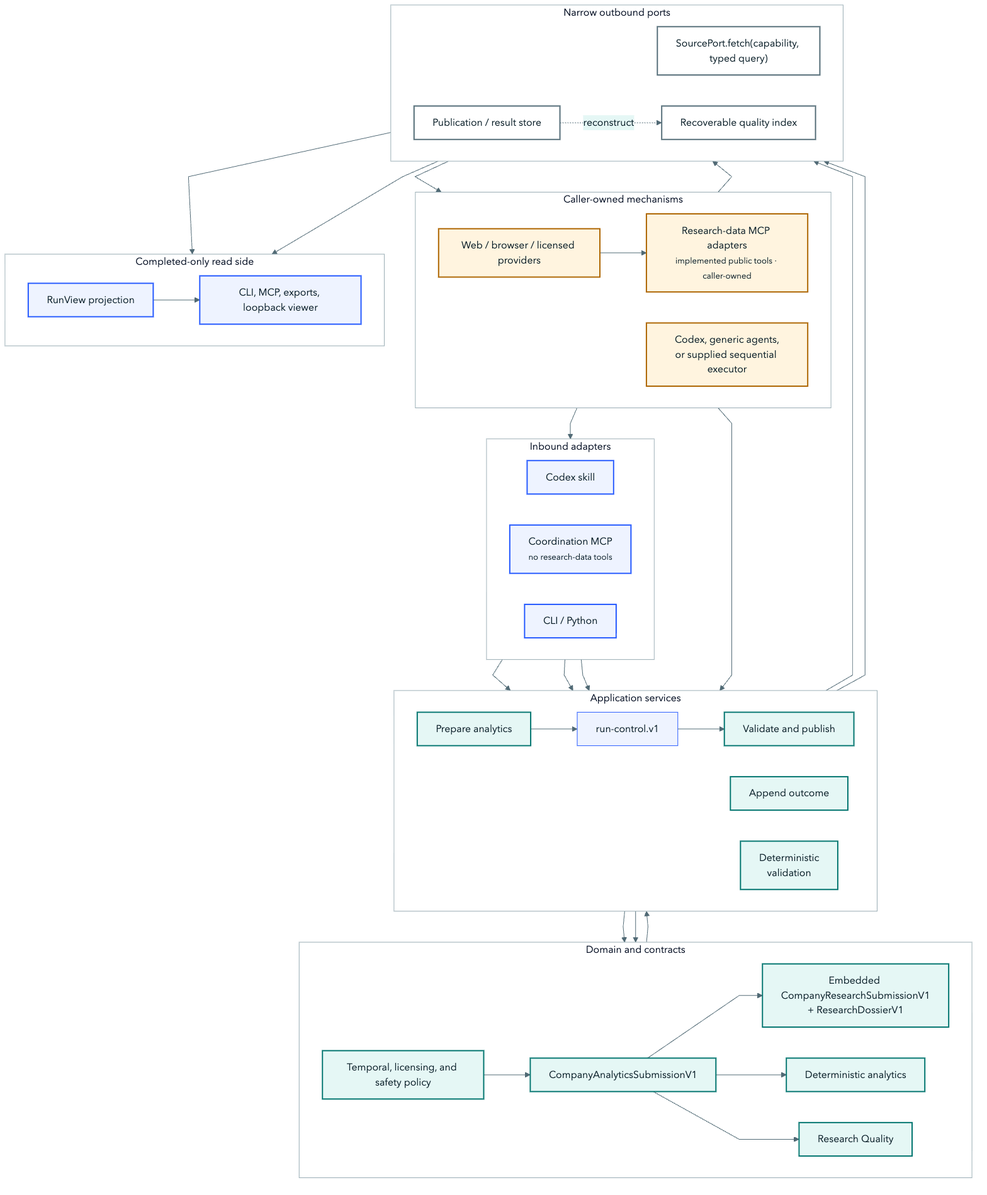
harshitagarwal2/StockResearchAgents keeps this Mermaid diagram as assets/architecture/solid-ports-adapters.png. Above is the earlier version. Its source is kept beside it as docs/diagrams/solid-ports-adapters.mmd.
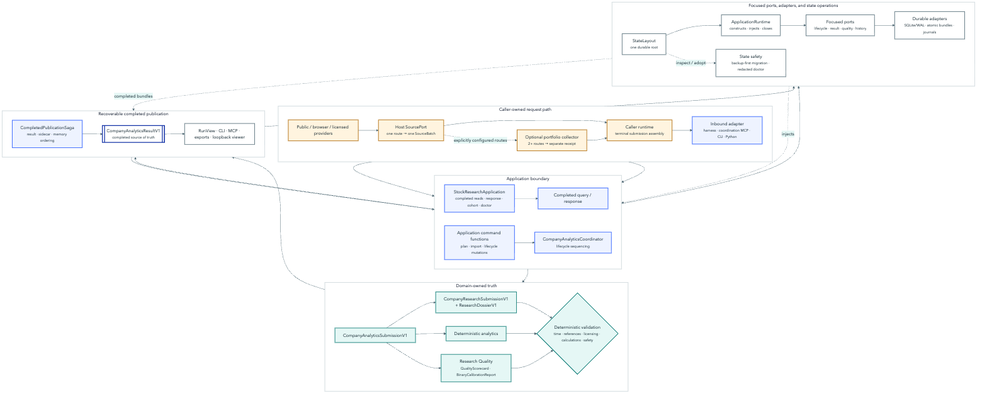
Later version of the same file.

Diff of the diagram source:
```diff
@@ -1,82 +1,77 @@
-%%{init: {"theme":"base","fontFamily":"Avenir Next, Segoe UI, sans-serif","themeVariables":{"fontFamily":"Avenir Next, Segoe UI, sans-serif","primaryColor":"#eef3ff","primaryTextColor":"#071c26","primaryBorderColor":"#2257ff","lineColor":"#516a75","secondaryColor":"#e5f7f5","tertiaryColor":"#fff4df","background":"#f5f8f9","clusterBkg":"#ffffff","clusterBorder":"#96aab2"},"flowchart":{"curve":"linear","htmlLabels":true}}}%%
+%%{init: {"theme":"base","fontFamily":"Avenir Next, Segoe UI, sans-serif","themeVariables":{"fontFamily":"Avenir Next, Segoe UI, sans-serif","primaryColor":"#eef3ff","primaryTextColor":"#071c26","primaryBorderColor":"#2257ff","lineColor":"#516a75","secondaryColor":"#e5f7f5","tertiaryColor":"#fff4df","background":"#f5f8f9","clusterBkg":"#ffffff","clusterBorder":"#96aab2"},"flowchart":{"curve":"basis","htmlLabels":true}}}%%
 flowchart TB
   accTitle: SOLID ports-and-adapters architecture for Company Analytics
-  accDescr: Harness-neutral caller adapters invoke StockResearchAgents coordination services. A separate stock-research-data MCP and caller-owned licensed adapters normalize evidence through SourcePort. Deterministic validation accepts only a complete CompanyAnalyticsSubmissionV1 before publishing CompanyAnalyticsResultV1 and projecting completed-result clients.
+  accDescr: Host retrieval adapters implement SourcePort outside the core; direct capability calls return one SourceBatch, while optional portfolio collection fans out across at least two routes and returns a separate SourcePortfolioReceipt. Inbound adapters use StockResearchApplication for completed reads, responses, cohort evaluation, and diagnostics, and use dedicated application command functions for plan, import, and lifecycle mutations. ApplicationRuntime composes focused ports, CompanyAnalyticsCoordinator, and CompletedPublicationSaga. Domain contracts own deterministic validation, and only completed results reach projections.
 
-  subgraph H["Caller-owned mechanisms"]
+  subgraph REQUEST["Caller-owned request path"]
     direction LR
-    WEB["Web / browser / licensed providers"]
-    DATA["Research-data MCP adapters<br/><small>implemented public tools · caller-owned</small>"]
-    AGENT["Codex, generic agents,<br/>or supplied sequential executor"]
+    PROVIDERS["Public / browser / licensed providers"]
+    SOURCE["Host SourcePort<br/><small>one route → one SourceBatch</small>"]
+    PORTFOLIO["Optional portfolio collector<br/><small>2+ routes → separate receipt</small>"]
+    CALLER["Caller runtime<br/><small>terminal submission assembly</small>"]
+    INBOUND["Inbound adapter<br/><small>harness · coordination MCP · CLI · Python</small>"]
+    PROVIDERS --> SOURCE --> CALLER --> INBOUND
+    SOURCE -. explicitly configured routes .-> PORTFOLIO --> CALLER
   end
 
-  subgraph IN["Inbound adapters"]
+  subgraph USECASES["Application boundary"]
     direction LR
-    SKILL["Codex skill"]
-    MCP["Coordination MCP<br/><small>no research-data tools</small>"]
-    CLI["CLI / Python"]
+    FACADE["StockResearchApplication<br/><small>completed reads · response · cohort · doctor</small>"]
+    COMMANDS["Application command functions<br/><small>plan · import · lifecycle mutations</small>"]
+    COORD["CompanyAnalyticsCoordinator<br/><small>lifecycle sequencing</small>"]
+    QUERY["Completed query / response"]
+    FACADE --> QUERY
+    COMMANDS --> COORD
+  end
+  INBOUND --> FACADE
+  INBOUND --> COMMANDS
+
+  subgraph TRUTH["Domain-owned truth"]
+    direction LR
+    ANALYTICS["CompanyAnalyticsSubmissionV1"]
+    RESEARCH["CompanyResearchSubmissionV1<br/>+ ResearchDossierV1"]
+    CALC["Deterministic analytics"]
+    QUALITY["Research Quality<br/><small>QualityScorecard · BinaryCalibrationReport</small>"]
+    CONFORM{"Deterministic validation<br/><small>time · references · licensing · calculations · safety</small>"}
+    ANALYTICS --> RESEARCH --> CONFORM
+    ANALYTICS --> CALC --> CONFORM
+    ANALYTICS --> QUALITY --> CONFORM
+  end
+  COMMANDS --> ANALYTICS
+
+  subgraph PUBLICATION["Recoverable completed publication"]
+    direction LR
+    SAGA["CompletedPublicationSaga<br/><small>result · sidecar · memory ordering</small>"]
+    RESULT[["CompanyAnalyticsResultV1<br/><small>completed source of truth</small>"]]
+    READ["RunView · CLI · MCP · exports · loopback viewer"]
+    SAGA --> RESULT --> READ
+    RESULT --> QUERY --> READ
+  end
+  CONFORM --> SAGA
+
+  subgraph INFRA["Focused ports, adapters, and state operations"]
+    direction LR
+    LAYOUT["StateLayout<br/><small>one durable root</small>"]
+    RUNTIME["ApplicationRuntime<br/><small>constructs · injects · closes</small>"]
+    PORTS["Focused ports<br/><small>lifecycle · result · quality · history</small>"]
+    STORES["Durable adapters<br/><small>SQLite/WAL · atomic bundles · journals</small>"]
+    OPS["State safety<br/><small>backup-first migration · redacted doctor</small>"]
+    LAYOUT --> RUNTIME --> PORTS --> STORES
+    LAYOUT -. inspect / adopt .-> OPS
   end
 
-  subgraph APP["Application services"]
-    direction LR
-    PREP["Prepare analytics"]
-    LIFE["run-control.v1"]
-    IMPORT["Validate and publish"]
-    OUTCOME["Append outcome"]
-    CONFORM["Deterministic<br/>validation"]
-  end
-
-  subgraph DOMAIN["Domain and contracts"]
-    direction LR
-    Research["Embedded CompanyResearchSubmissionV1<br/>+ ResearchDossierV1"]
-    Analytics["CompanyAnalyticsSubmissionV1"]
-    ANALYTICS["Deterministic analytics"]
-    QUALITY["Research Quality"]
-    POLICY["Temporal, licensing, and safety policy"]
-  end
-
-  subgraph PORTS["Narrow outbound ports"]
-    direction LR
-    SOURCE["SourcePort.fetch(capability, typed query)"]
-    RESULTS["Publication / result store"]
-    QSTORE["Recoverable quality index"]
-  end
-
-  subgraph READ["Completed-only read side"]
-    direction LR
-    VIEW["RunView projection"]
-    UI["CLI, MCP, exports, loopback viewer"]
-  end
-
-  WEB --> DATA
-  DATA --> SOURCE
-  AGENT --> SKILL
-  SKILL --> PREP
-  MCP --> PREP
-  CLI --> PREP
-  PREP --> Analytics
-  PREP --> LIFE
-  SOURCE --> AGENT
-  AGENT --> LIFE
-  LIFE --> IMPORT
-  IMPORT --> Analytics
-  Analytics --> Research
-  Analytics --> ANALYTICS
-  Analytics --> QUALITY
-  POLICY --> Analytics
-  IMPORT --> RESULTS
-  RESULTS -. "reconstruct" .-> QSTORE
-  OUTCOME --> QSTORE
-  Analytics --> CONFORM
-  RESULTS --> VIEW
-  QSTORE --> VIEW
-  VIEW --> UI
+  RUNTIME -. injects .-> FACADE
+  COORD --> PORTS
+  SAGA --> PORTS
+  STORES -. completed bundles .-> RESULT
 
   classDef host fill:#fff4df,stroke:#ad6500,color:#071c26,stroke-width:2px;
   classDef adapter fill:#eef3ff,stroke:#2257ff,color:#071c26,stroke-width:2px;
   classDef domain fill:#e5f7f5,stroke:#00746e,color:#071c26,stroke-width:2px;
   classDef port fill:#ffffff,stroke:#516a75,color:#071c26,stroke-width:2px;
-  class WEB,DATA,AGENT host;
-  class SKILL,MCP,CLI,VIEW,UI adapter;
-  class PREP,IMPORT,OUTCOME,CONFORM,Research,Analytics,ANALYTICS,QUALITY,POLICY domain;
-  class SOURCE,RESULTS,QSTORE port;
+  classDef artifact fill:#ffffff,stroke:#1231a6,color:#071c26,stroke-width:3px;
+  class PROVIDERS,SOURCE,PORTFOLIO,CALLER host;
+  class INBOUND,FACADE,COMMANDS,COORD,QUERY,SAGA adapter;
+  class ANALYTICS,RESEARCH,CALC,QUALITY,CONFORM domain;
+  class LAYOUT,RUNTIME,PORTS,STORES,OPS,READ port;
+  class RESULT artifact;
```
